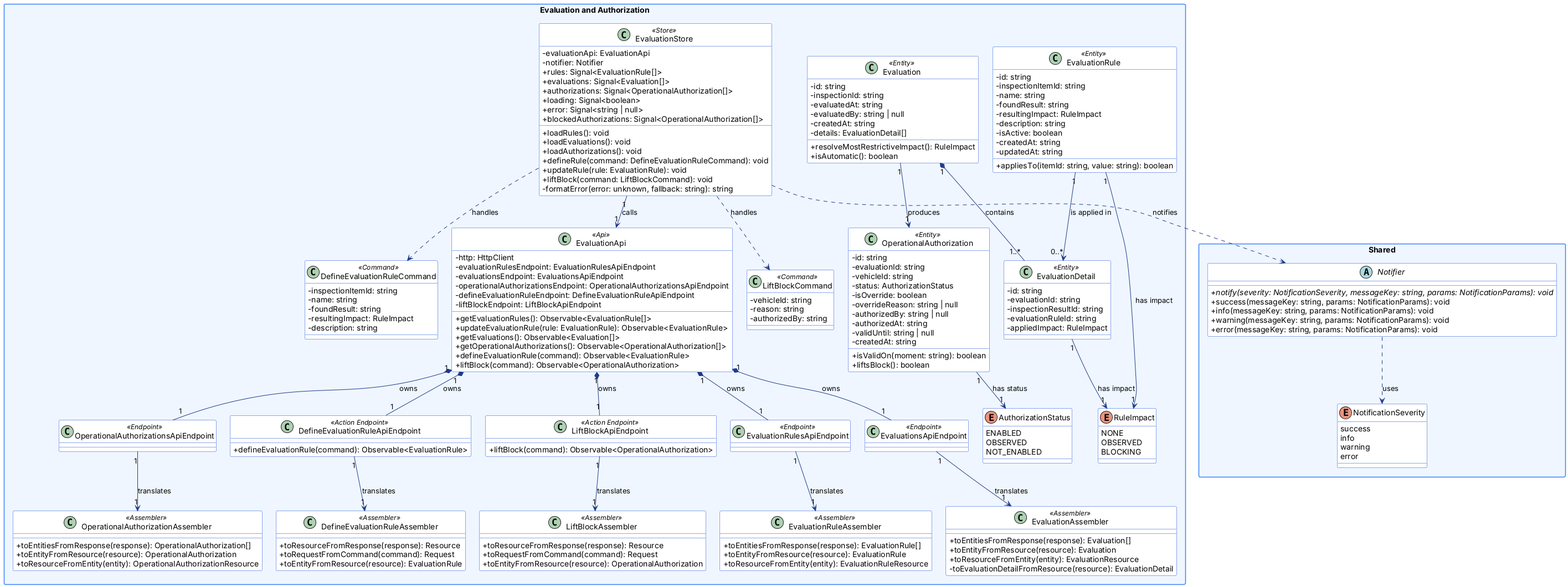
Above: report/assets/Software-Object-Oriented-Design/frontend-class-evaluation-authorization.png in 1ASI0729-2620-16692-BitMeisters/fleet-safe-report (PlantUML), before the change.
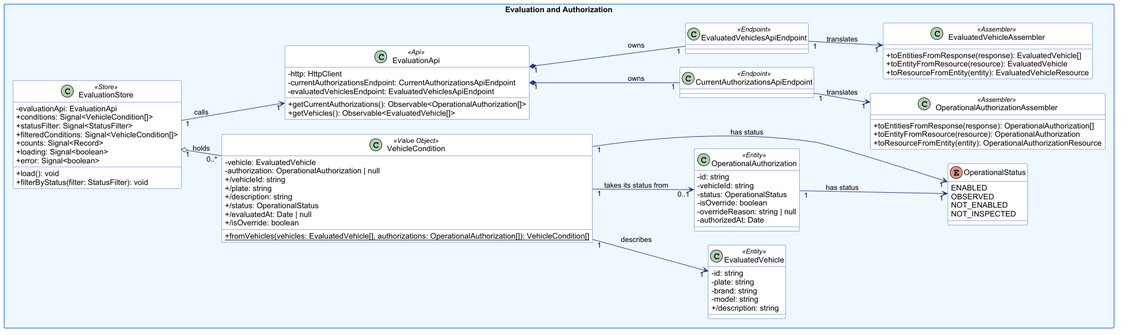
After the change.

Commit message:
docs(report): update frontend class diagrams to match code 0.6.0

The edit, as a diff of the source:
```diff
@@ -14,179 +14,83 @@
   BackgroundColor #eff6ff
   BorderColor #3b82f6
 }
-top to bottom direction
-package "Shared" {
-  abstract class Notifier {
-    + {abstract} notify(severity: NotificationSeverity, messageKey: string, params: NotificationParams): void
-    + success(messageKey: string, params: NotificationParams): void
-    + info(messageKey: string, params: NotificationParams): void
-    + warning(messageKey: string, params: NotificationParams): void
-    + error(messageKey: string, params: NotificationParams): void
-  }
-  enum NotificationSeverity {
-    success
-    info
-    warning
-    error
-  }
-  Notifier ..> NotificationSeverity : uses
-}
+left to right direction
 
 package "Evaluation and Authorization" {
-  class EvaluationRule <<Entity>> {
+  class EvaluatedVehicle <<Entity>> {
       - id: string
-      - inspectionItemId: string
-      - name: string
-      - foundResult: string
-      - resultingImpact: RuleImpact
-      - description: string
-      - isActive: boolean
-      - createdAt: string
-      - updatedAt: string
-      + appliesTo(itemId: string, value: string): boolean
-  }
-  class Evaluation <<Entity>> {
-      - id: string
-      - inspectionId: string
-      - evaluatedAt: string
-      - evaluatedBy: string | null
-      - createdAt: string
-      - details: EvaluationDetail[]
-      + resolveMostRestrictiveImpact(): RuleImpact
-      + isAutomatic(): boolean
-  }
-  class EvaluationDetail <<Entity>> {
-      - id: string
-      - evaluationId: string
-      - inspectionResultId: string
-      - evaluationRuleId: string
-      - appliedImpact: RuleImpact
+      - plate: string
+      - brand: string
+      - model: string
+      + /description: string
   }
   class OperationalAuthorization <<Entity>> {
       - id: string
-      - evaluationId: string
       - vehicleId: string
-      - status: AuthorizationStatus
+      - status: OperationalStatus
       - isOverride: boolean
       - overrideReason: string | null
-      - authorizedBy: string | null
-      - authorizedAt: string
-      - validUntil: string | null
-      - createdAt: string
-      + isValidOn(moment: string): boolean
-      + liftsBlock(): boolean
+      - authorizedAt: Date
   }
-  enum RuleImpact {
-      NONE
-      OBSERVED
-      BLOCKING
+  class VehicleCondition <<Value Object>> {
+      - vehicle: EvaluatedVehicle
+      - authorization: OperationalAuthorization | null
+      + {static} fromVehicles(vehicles: EvaluatedVehicle[], authorizations: OperationalAuthorization[]): VehicleCondition[]
+      + /vehicleId: string
+      + /plate: string
+      + /description: string
+      + /status: OperationalStatus
+      + /evaluatedAt: Date | null
+      + /isOverride: boolean
   }
-  enum AuthorizationStatus {
+  enum OperationalStatus {
       ENABLED
       OBSERVED
       NOT_ENABLED
-  }
-  class LiftBlockCommand <<Command>> {
-      - vehicleId: string
-      - reason: string
-      - authorizedBy: string
-  }
-  class DefineEvaluationRuleCommand <<Command>> {
-      - inspectionItemId: string
-      - name: string
-      - foundResult: string
-      - resultingImpact: RuleImpact
-      - description: string
+      NOT_INSPECTED
   }
   class EvaluationStore <<Store>> {
       - evaluationApi: EvaluationApi
-      - notifier: Notifier
-      + rules: Signal<EvaluationRule[]>
-      + evaluations: Signal<Evaluation[]>
-      + authorizations: Signal<OperationalAuthorization[]>
+      + conditions: Signal<VehicleCondition[]>
+      + statusFilter: Signal<StatusFilter>
+      + filteredConditions: Signal<VehicleCondition[]>
+      + counts: Signal<Record>
       + loading: Signal<boolean>
-      + error: Signal<string | null>
-      + blockedAuthorizations: Signal<OperationalAuthorization[]>
-      + loadRules(): void
-      + loadEvaluations(): void
-      + loadAuthorizations(): void
-      + defineRule(command: DefineEvaluationRuleCommand): void
-      + updateRule(rule: EvaluationRule): void
-      + liftBlock(command: LiftBlockCommand): void
-      - formatError(error: unknown, fallback: string): string
+      + error: Signal<boolean>
+      + load(): void
+      + filterByStatus(filter: StatusFilter): void
   }
   class EvaluationApi <<Api>> {
       - http: HttpClient
-      - evaluationRulesEndpoint: EvaluationRulesApiEndpoint
-      - evaluationsEndpoint: EvaluationsApiEndpoint
-      - operationalAuthorizationsEndpoint: OperationalAuthorizationsApiEndpoint
-      - defineEvaluationRuleEndpoint: DefineEvaluationRuleApiEndpoint
-      - liftBlockEndpoint: LiftBlockApiEndpoint
-      + getEvaluationRules(): Observable<EvaluationRule[]>
-      + updateEvaluationRule(rule: EvaluationRule): Observable<EvaluationRule>
-      + getEvaluations(): Observable<Evaluation[]>
-      + getOperationalAuthorizations(): Observable<OperationalAuthorization[]>
-      + defineEvaluationRule(command): Observable<EvaluationRule>
-      + liftBlock(command): Observable<OperationalAuthorization>
+      - currentAuthorizationsEndpoint: CurrentAuthorizationsApiEndpoint
+      - evaluatedVehiclesEndpoint: EvaluatedVehiclesApiEndpoint
+      + getCurrentAuthorizations(): Observable<OperationalAuthorization[]>
+      + getVehicles(): Observable<EvaluatedVehicle[]>
   }
-  class EvaluationRulesApiEndpoint <<Endpoint>> {
+  class CurrentAuthorizationsApiEndpoint <<Endpoint>> {
   }
-  class EvaluationsApiEndpoint <<Endpoint>> {
-  }
-  class OperationalAuthorizationsApiEndpoint <<Endpoint>> {
-  }
-  class DefineEvaluationRuleApiEndpoint <<Action Endpoint>> {
-      + defineEvaluationRule(command): Observable<EvaluationRule>
-  }
-  class LiftBlockApiEndpoint <<Action Endpoint>> {
-      + liftBlock(command): Observable<OperationalAuthorization>
-  }
-  class EvaluationRuleAssembler <<Assembler>> {
-      + toEntitiesFromResponse(response): EvaluationRule[]
-      + toEntityFromResource(resource): EvaluationRule
-      + toResourceFromEntity(entity): EvaluationRuleResource
-  }
-  class EvaluationAssembler <<Assembler>> {
-      + toEntitiesFromResponse(response): Evaluation[]
-      + toEntityFromResource(resource): Evaluation
-      + toResourceFromEntity(entity): EvaluationResource
-      - toEvaluationDetailFromResource(resource): EvaluationDetail
+  class EvaluatedVehiclesApiEndpoint <<Endpoint>> {
   }
   class OperationalAuthorizationAssembler <<Assembler>> {
       + toEntitiesFromResponse(response): OperationalAuthorization[]
       + toEntityFromResource(resource): OperationalAuthorization
       + toResourceFromEntity(entity): OperationalAuthorizationResource
   }
-  class DefineEvaluationRuleAssembler <<Assembler>> {
-      + toResourceFromResponse(response): Resource
-      + toRequestFromCommand(command): Request
-      + toEntityFromResource(resource): EvaluationRule
+  class EvaluatedVehicleAssembler <<Assembler>> {
+      + toEntitiesFromResponse(response): EvaluatedVehicle[]
+      + toEntityFromResource(resource): EvaluatedVehicle
+      + toResourceFromEntity(entity): EvaluatedVehicleResource
   }
-  class LiftBlockAssembler <<Assembler>> {
-      + toResourceFromResponse(response): Resource
-      + toRequestFromCommand(command): Request
-      + toEntityFromResource(resource): OperationalAuthorization
-  }
-  Evaluation "1" *-- "1..*" EvaluationDetail : contains
-  EvaluationRule "1" --> "0..*" EvaluationDetail : is applied in
-  Evaluation "1" --> "1" OperationalAuthorization : produces
-  EvaluationRule "1" --> "1" RuleImpact : has impact
-  EvaluationDetail "1" --> "1" RuleImpact : has impact
-  OperationalAuthorization "1" --> "1" AuthorizationStatus : has status
+  OperationalAuthorization "1" --> "1" OperationalStatus : has status
+  VehicleCondition "1" --> "1" EvaluatedVehicle : describes
+  VehicleCondition "1" --> "0..1" OperationalAuthorization : takes its status from
+  VehicleCondition "1" --> "1" OperationalStatus : has status
   EvaluationStore "1" --> "1" EvaluationApi : calls
-  EvaluationStore ..> Notifier : notifies
-  EvaluationApi "1" *-- "1" EvaluationRulesApiEndpoint : owns
-  EvaluationApi "1" *-- "1" EvaluationsApiEndpoint : owns
-  EvaluationApi "1" *-- "1" OperationalAuthorizationsApiEndpoint : owns
-  EvaluationApi "1" *-- "1" DefineEvaluationRuleApiEndpoint : owns
-  EvaluationApi "1" *-- "1" LiftBlockApiEndpoint : owns
-  EvaluationRulesApiEndpoint "1" --> "1" EvaluationRuleAssembler : translates
-  EvaluationsApiEndpoint "1" --> "1" EvaluationAssembler : translates
-  OperationalAuthorizationsApiEndpoint "1" --> "1" OperationalAuthorizationAssembler : translates
-  DefineEvaluationRuleApiEndpoint "1" --> "1" DefineEvaluationRuleAssembler : translates
-  LiftBlockApiEndpoint "1" --> "1" LiftBlockAssembler : translates
-  EvaluationStore ..> LiftBlockCommand : handles
-  EvaluationStore ..> DefineEvaluationRuleCommand : handles
+  EvaluationStore "1" o-- "0..*" VehicleCondition : holds
+  EvaluationApi "1" *-- "1" CurrentAuthorizationsApiEndpoint : owns
+  EvaluationApi "1" *-- "1" EvaluatedVehiclesApiEndpoint : owns
+  CurrentAuthorizationsApiEndpoint "1" --> "1" OperationalAuthorizationAssembler : translates
+  EvaluatedVehiclesApiEndpoint "1" --> "1" EvaluatedVehicleAssembler : translates
 }
 
 @enduml
```
